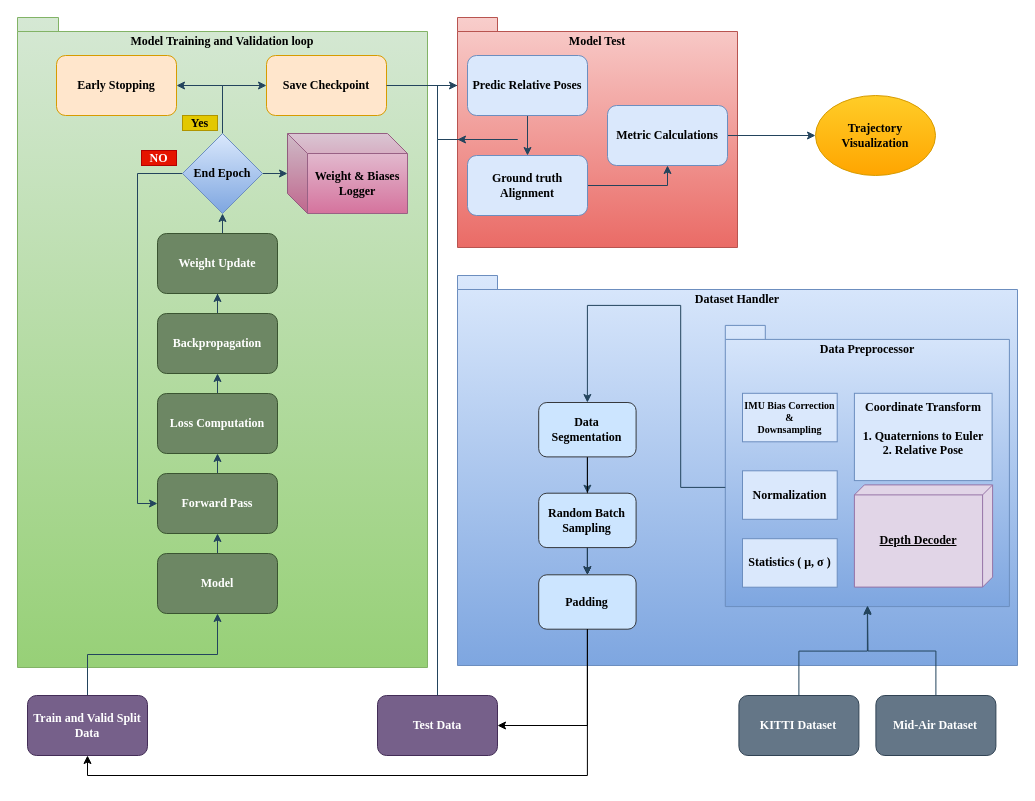
Before: Training Pipeline Overview.drawio in Kavi91/PROJECT-IGI3, a draw.io diagram. Source tidied: cells renumbered, new cells numbered last; positions are measured from the earlier drawing's top-left corner, leaving out a move shared by most shapes. Both pictures are drawn from the tidied source at 100%, with x=0, y=0 at pixel (17, 17).
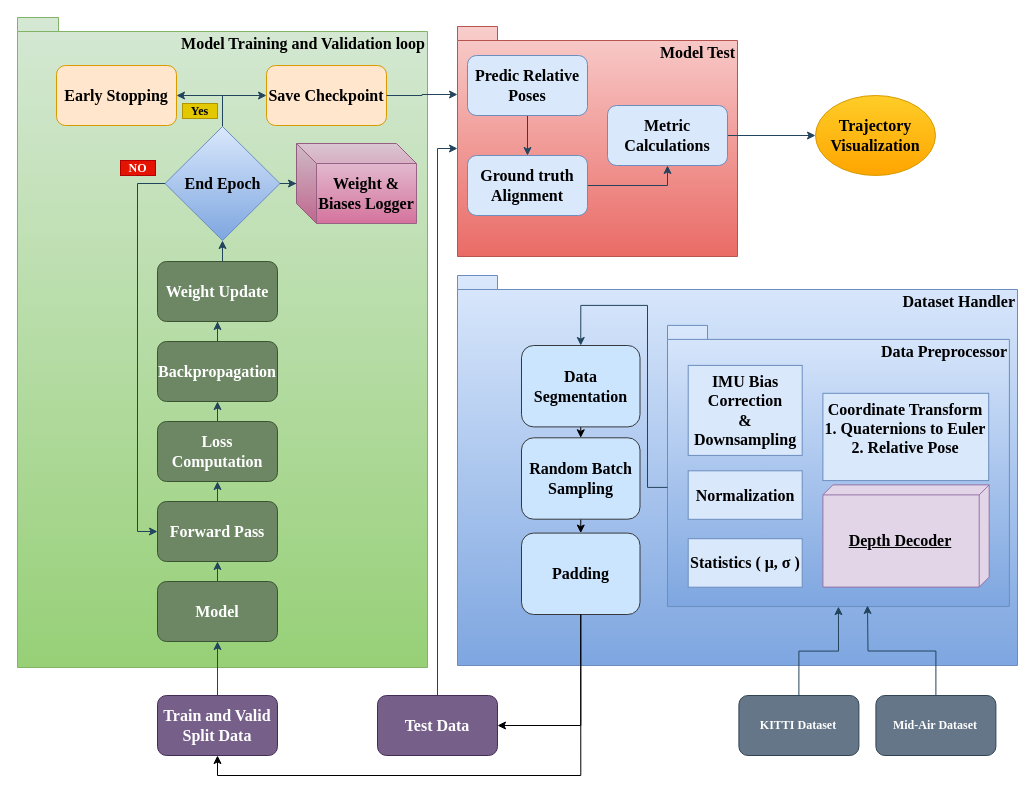
Above is the later version.

The change refers to these unchanged cells:
```xml
<mxCell id="2" style="group;fontSize=12;fontFamily=Times New Roman;fontStyle=1;" parent="1" vertex="1">
  <mxGeometry x="440" y="258" width="560" height="390" as="geometry" />
</mxCell>
```

What changed in the source:
```diff
@@
-    <mxCell id="3" value="Dataset Handler" style="shape=folder;fontStyle=1;spacingTop=10;tabWidth=40;tabHeight=14;tabPosition=left;html=1;whiteSpace=wrap;strokeColor=#6c8ebf;fillColor=#dae8fc;verticalAlign=top;gradientColor=#7ea6e0;fontSize=12;fontFamily=Times New Roman;" parent="2" vertex="1">
+    <mxCell id="3" value="Dataset Handler" style="shape=folder;fontStyle=1;spacingTop=10;tabWidth=40;tabHeight=14;tabPosition=left;html=1;whiteSpace=wrap;strokeColor=#6c8ebf;fillColor=#dae8fc;verticalAlign=top;gradientColor=#7ea6e0;fontSize=16;fontFamily=Times New Roman;align=right;" parent="2" vertex="1">
       <mxGeometry width="560" height="390" as="geometry" />
     </mxCell>
     <mxCell id="4" style="group;fontSize=12;fontFamily=Times New Roman;fontStyle=1;" parent="2" vertex="1">
-      <mxGeometry x="267.8" y="49.9" width="284.1" height="281.2" as="geometry" />
+      <mxGeometry x="210" y="49.9" width="341.9" height="281.2" as="geometry" />
     </mxCell>
-    <mxCell id="5" value="Data Preprocessor" style="shape=folder;fontStyle=1;spacingTop=10;tabWidth=40;tabHeight=14;tabPosition=left;html=1;whiteSpace=wrap;strokeColor=#6c8ebf;fillColor=#dae8fc;labelPosition=center;verticalLabelPosition=middle;align=center;verticalAlign=top;gradientColor=#7ea6e0;fontSize=12;fontFamily=Times New Roman;" parent="4" vertex="1">
-      <mxGeometry width="284.1" height="281.2" as="geometry" />
+    <mxCell id="5" value="&lt;font style=&quot;font-size: 16px;&quot;&gt;Data Preprocessor&lt;/font&gt;" style="shape=folder;fontStyle=1;spacingTop=10;tabWidth=40;tabHeight=14;tabPosition=left;html=1;whiteSpace=wrap;strokeColor=#6c8ebf;fillColor=#dae8fc;labelPosition=center;verticalLabelPosition=middle;align=right;verticalAlign=top;gradientColor=#7ea6e0;fontSize=12;fontFamily=Times New Roman;" parent="4" vertex="1">
+      <mxGeometry width="341.9" height="281.2" as="geometry" />
     </mxCell>
-    <mxCell id="6" value="IMU Bias Correction&lt;div&gt;&amp;amp;&lt;/div&gt;&lt;div&gt;Downsampling&lt;/div&gt;" style="html=1;whiteSpace=wrap;strokeColor=#6c8ebf;fillColor=#dae8fc;fontSize=10;fontFamily=Times New Roman;fontStyle=1;" parent="4" vertex="1">
-      <mxGeometry x="17.2" y="67.9" width="94.7" height="48.5" as="geometry" />
+    <mxCell id="6" value="IMU Bias Correction&lt;div&gt;&amp;amp;&lt;/div&gt;&lt;div&gt;Downsampling&lt;/div&gt;" style="html=1;whiteSpace=wrap;strokeColor=#6c8ebf;fillColor=#dae8fc;fontSize=16;fontFamily=Times New Roman;fontStyle=1;" parent="4" vertex="1">
+      <mxGeometry x="20.7" y="40" width="114" height="90" as="geometry" />
     </mxCell>
-    <mxCell id="7" value="Normalization" style="html=1;whiteSpace=wrap;strokeColor=#6c8ebf;fillColor=#dae8fc;fontSize=12;fontFamily=Times New Roman;fontStyle=1;" parent="4" vertex="1">
-      <mxGeometry x="17.2" y="145.4" width="94.7" height="48.5" as="geometry" />
+    <mxCell id="7" value="Normalization" style="html=1;whiteSpace=wrap;strokeColor=#6c8ebf;fillColor=#dae8fc;fontSize=16;fontFamily=Times New Roman;fontStyle=1;" parent="4" vertex="1">
+      <mxGeometry x="20.7" y="145.4" width="114" height="48.5" as="geometry" />
     </mxCell>
-    <mxCell id="8" value="Statistics ( μ, σ )" style="html=1;whiteSpace=wrap;strokeColor=#6c8ebf;fillColor=#dae8fc;fontSize=12;fontFamily=Times New Roman;fontStyle=1;" parent="4" vertex="1">
-      <mxGeometry x="17.2" y="213.3" width="94.7" height="48.5" as="geometry" />
+    <mxCell id="8" value="Statistics ( μ, σ )" style="html=1;whiteSpace=wrap;strokeColor=#6c8ebf;fillColor=#dae8fc;fontSize=16;fontFamily=Times New Roman;fontStyle=1;" parent="4" vertex="1">
+      <mxGeometry x="20.7" y="213.3" width="114" height="48.5" as="geometry" />
     </mxCell>
-    <mxCell id="9" value="Coordinate Transform&lt;div&gt;&lt;br&gt;&lt;/div&gt;&lt;div&gt;1. Quaternions to Euler&lt;/div&gt;&lt;div&gt;2. Relative Pose&lt;/div&gt;" style="html=1;whiteSpace=wrap;strokeColor=#6c8ebf;fillColor=#dae8fc;verticalAlign=top;align=center;fontSize=12;fontFamily=Times New Roman;fontStyle=1;" parent="4" vertex="1">
-      <mxGeometry x="129.1" y="67.9" width="137.7" height="87.3" as="geometry" />
+    <mxCell id="9" value="Coordinate Transform&lt;div&gt;1. Quaternions to Euler&lt;/div&gt;&lt;div&gt;2. Relative Pose&lt;/div&gt;" style="html=1;whiteSpace=wrap;strokeColor=#6c8ebf;fillColor=#dae8fc;verticalAlign=top;align=center;fontSize=16;fontFamily=Times New Roman;fontStyle=1;" parent="4" vertex="1">
+      <mxGeometry x="155.4" y="67.9" width="165.8" height="87.3" as="geometry" />
     </mxCell>
-    <mxCell id="10" value="Depth Decoder" style="verticalAlign=middle;align=center;spacingTop=8;spacingLeft=2;spacingRight=12;shape=cube;size=10;direction=south;fontStyle=5;html=1;whiteSpace=wrap;strokeColor=#9673a6;fillColor=#e1d5e7;fontSize=12;fontFamily=Times New Roman;" parent="4" vertex="1">
-      <mxGeometry x="129.1" y="159.5" width="138.2" height="102.2" as="geometry" />
+    <mxCell id="10" value="Depth Decoder" style="verticalAlign=middle;align=center;spacingTop=8;spacingLeft=2;spacingRight=12;shape=cube;size=10;direction=south;fontStyle=5;html=1;whiteSpace=wrap;strokeColor=#9673a6;fillColor=#e1d5e7;fontSize=16;fontFamily=Times New Roman;" parent="4" vertex="1">
+      <mxGeometry x="155.4" y="159.5" width="166.3" height="102.2" as="geometry" />
     </mxCell>
-    <mxCell id="11" style="edgeStyle=orthogonalEdgeStyle;rounded=0;jettySize=auto;html=1;exitX=0.5;exitY=1;exitDx=0;exitDy=0;strokeColor=#23445D;fontSize=12;fontFamily=Times New Roman;fontStyle=1;" parent="2" edge="1" source="13" target="15">
+    <mxCell id="11" style="edgeStyle=orthogonalEdgeStyle;rounded=0;jettySize=auto;html=1;exitX=0.5;exitY=1;exitDx=0;exitDy=0;entryX=0.5;entryY=0;entryDx=0;entryDy=0;" parent="2" edge="1" source="13" target="15">
       <mxGeometry relative="1" as="geometry" />
     </mxCell>
-    <mxCell id="12" style="edgeStyle=orthogonalEdgeStyle;rounded=0;jettySize=auto;html=1;fontSize=12;fontFamily=Times New Roman;fontStyle=1;" parent="2" edge="1" source="13" target="17">
-      <mxGeometry relative="1" as="geometry" />
-    </mxCell>
-    <mxCell id="13" value="Data Segmentation" style="rounded=1;whiteSpace=wrap;html=1;strokeColor=#36393d;fillColor=#cce5ff;fontSize=12;fontFamily=Times New Roman;fontStyle=1;" parent="2" vertex="1">
-      <mxGeometry x="81.2" y="127" width="97.4" height="54.4" as="geometry" />
+    <mxCell id="13" value="Data Segmentation" style="rounded=1;whiteSpace=wrap;html=1;strokeColor=#36393d;fillColor=#cce5ff;fontSize=16;fontFamily=Times New Roman;fontStyle=1;" parent="2" vertex="1">
+      <mxGeometry x="64" y="70" width="118.5" height="81.4" as="geometry" />
     </mxCell>
+    <mxCell id="16" style="edgeStyle=orthogonalEdgeStyle;rounded=0;jettySize=auto;html=1;exitX=0;exitY=0;exitDx=0;exitDy=162;exitPerimeter=0;entryX=0.5;entryY=0;entryDx=0;entryDy=0;strokeColor=#23445D;fontSize=12;fontFamily=Times New Roman;fontStyle=1;" parent="2" edge="1" source="5" target="13">
+      <mxGeometry relative="1" as="geometry" />
+    </mxCell>
-    <mxCell id="14" style="edgeStyle=orthogonalEdgeStyle;rounded=0;jettySize=auto;html=1;exitX=0.5;exitY=1;exitDx=0;exitDy=0;entryX=0.5;entryY=0;entryDx=0;entryDy=0;strokeColor=#23445D;fontSize=12;fontFamily=Times New Roman;fontStyle=1;" parent="2" edge="1" source="15" target="17">
+    <mxCell id="14" style="edgeStyle=orthogonalEdgeStyle;rounded=0;jettySize=auto;html=1;exitX=0.5;exitY=1;exitDx=0;exitDy=0;entryX=0.5;entryY=0;entryDx=0;entryDy=0;" parent="2" edge="1" source="15" target="17">
       <mxGeometry relative="1" as="geometry" />
     </mxCell>
-    <mxCell id="15" value="Random Batch Sampling" style="rounded=1;whiteSpace=wrap;html=1;strokeColor=#36393d;fillColor=#cce5ff;fontSize=12;fontFamily=Times New Roman;fontStyle=1;" parent="2" vertex="1">
-      <mxGeometry x="81.2" y="217.7" width="97.4" height="54.4" as="geometry" />
+    <mxCell id="15" value="Random Batch Sampling" style="rounded=1;whiteSpace=wrap;html=1;strokeColor=#36393d;fillColor=#cce5ff;fontSize=16;fontFamily=Times New Roman;fontStyle=1;" parent="2" vertex="1">
+      <mxGeometry x="64" y="162.3" width="118.5" height="81.4" as="geometry" />
     </mxCell>
-    <mxCell id="16" style="edgeStyle=orthogonalEdgeStyle;rounded=0;jettySize=auto;html=1;exitX=0;exitY=0;exitDx=0;exitDy=162;exitPerimeter=0;entryX=0.5;entryY=0;entryDx=0;entryDy=0;strokeColor=#23445D;fontSize=12;fontFamily=Times New Roman;fontStyle=1;" parent="2" edge="1" source="5" target="13">
-      <mxGeometry relative="1" as="geometry" />
-    </mxCell>
-    <mxCell id="17" value="Padding" style="rounded=1;whiteSpace=wrap;html=1;strokeColor=#36393d;fillColor=#cce5ff;fontSize=12;fontFamily=Times New Roman;fontStyle=1;" parent="2" vertex="1">
-      <mxGeometry x="81.2" y="299.3" width="97.4" height="54.4" as="geometry" />
+    <mxCell id="17" value="Padding" style="rounded=1;whiteSpace=wrap;html=1;strokeColor=#36393d;fillColor=#cce5ff;fontSize=16;fontFamily=Times New Roman;fontStyle=1;" parent="2" vertex="1">
+      <mxGeometry x="64" y="257.6" width="118.5" height="81.4" as="geometry" />
     </mxCell>
-    <mxCell id="18" value="Model Training and Validation loop" style="shape=folder;fontStyle=1;spacingTop=10;tabWidth=40;tabHeight=14;tabPosition=left;html=1;whiteSpace=wrap;strokeColor=#82b366;fillColor=#d5e8d4;verticalAlign=top;gradientColor=#97d077;fontSize=12;fontFamily=Times New Roman;" parent="1" vertex="1">
+    <mxCell id="18" value="Model Training and Validation loop" style="shape=folder;fontStyle=1;spacingTop=10;tabWidth=40;tabHeight=14;tabPosition=left;html=1;whiteSpace=wrap;strokeColor=#82b366;fillColor=#d5e8d4;verticalAlign=top;gradientColor=#97d077;fontSize=16;fontFamily=Times New Roman;align=right;" parent="1" vertex="1">
       <mxGeometry width="410" height="650" as="geometry" />
     </mxCell>
@@
-    <mxCell id="20" value="Model" style="rounded=1;whiteSpace=wrap;html=1;strokeColor=#3A5431;fillColor=#6d8764;fontColor=#ffffff;fontSize=12;fontFamily=Times New Roman;fontStyle=1;" parent="1" vertex="1">
-      <mxGeometry x="140" y="536" width="120" height="60" as="geometry" />
+    <mxCell id="20" value="Model" style="rounded=1;whiteSpace=wrap;html=1;strokeColor=#3A5431;fillColor=#6d8764;fontColor=#ffffff;fontSize=16;fontFamily=Times New Roman;fontStyle=1;" parent="1" vertex="1">
+      <mxGeometry x="140" y="564" width="120" height="60" as="geometry" />
     </mxCell>
@@
-    <mxCell id="22" value="Forward Pass" style="rounded=1;whiteSpace=wrap;html=1;strokeColor=#3A5431;fillColor=#6d8764;fontColor=#ffffff;fontSize=12;fontFamily=Times New Roman;fontStyle=1;" parent="1" vertex="1">
-      <mxGeometry x="140" y="456" width="120" height="60" as="geometry" />
+    <mxCell id="22" value="Forward Pass" style="rounded=1;whiteSpace=wrap;html=1;strokeColor=#3A5431;fillColor=#6d8764;fontColor=#ffffff;fontSize=16;fontFamily=Times New Roman;fontStyle=1;" parent="1" vertex="1">
+      <mxGeometry x="140" y="484" width="120" height="60" as="geometry" />
     </mxCell>
@@
-    <mxCell id="24" value="Loss Computation" style="rounded=1;whiteSpace=wrap;html=1;strokeColor=#3A5431;fillColor=#6d8764;fontColor=#ffffff;fontSize=12;fontFamily=Times New Roman;fontStyle=1;" parent="1" vertex="1">
-      <mxGeometry x="140" y="376" width="120" height="60" as="geometry" />
+    <mxCell id="24" value="Loss Computation" style="rounded=1;whiteSpace=wrap;html=1;strokeColor=#3A5431;fillColor=#6d8764;fontColor=#ffffff;fontSize=16;fontFamily=Times New Roman;fontStyle=1;" parent="1" vertex="1">
+      <mxGeometry x="140" y="404" width="120" height="60" as="geometry" />
     </mxCell>
@@
-    <mxCell id="26" value="Backpropagation" style="rounded=1;whiteSpace=wrap;html=1;strokeColor=#3A5431;fillColor=#6d8764;fontColor=#ffffff;fontSize=12;fontFamily=Times New Roman;fontStyle=1;" parent="1" vertex="1">
-      <mxGeometry x="140" y="296" width="120" height="60" as="geometry" />
+    <mxCell id="26" value="Backpropagation" style="rounded=1;whiteSpace=wrap;html=1;strokeColor=#3A5431;fillColor=#6d8764;fontColor=#ffffff;fontSize=16;fontFamily=Times New Roman;fontStyle=1;" parent="1" vertex="1">
+      <mxGeometry x="140" y="324" width="120" height="60" as="geometry" />
     </mxCell>
@@
-    <mxCell id="28" value="Weight Update" style="rounded=1;whiteSpace=wrap;html=1;strokeColor=#3A5431;fillColor=#6d8764;fontColor=#ffffff;fontSize=12;fontFamily=Times New Roman;fontStyle=1;" parent="1" vertex="1">
-      <mxGeometry x="140" y="216" width="120" height="60" as="geometry" />
+    <mxCell id="28" value="Weight Update" style="rounded=1;whiteSpace=wrap;html=1;strokeColor=#3A5431;fillColor=#6d8764;fontColor=#ffffff;fontSize=16;fontFamily=Times New Roman;fontStyle=1;" parent="1" vertex="1">
+      <mxGeometry x="140" y="244" width="120" height="60" as="geometry" />
     </mxCell>
     <mxCell id="29" style="edgeStyle=orthogonalEdgeStyle;rounded=0;jettySize=auto;html=1;exitX=0;exitY=0.5;exitDx=0;exitDy=0;entryX=0;entryY=0.5;entryDx=0;entryDy=0;strokeColor=#23445D;fontSize=12;fontFamily=Times New Roman;fontStyle=1;" parent="1" edge="1" source="33" target="22">
-      <mxGeometry relative="1" as="geometry" />
+      <mxGeometry relative="1" as="geometry">
+        <Array as="points">
+          <mxPoint x="120" y="166" />
+          <mxPoint x="120" y="514" />
+        </Array>
+      </mxGeometry>
     </mxCell>
@@
-    <mxCell id="33" value="End Epoch" style="rhombus;whiteSpace=wrap;html=1;strokeColor=#6c8ebf;fillColor=#dae8fc;gradientColor=#7ea6e0;fontSize=12;fontFamily=Times New Roman;fontStyle=1;" parent="1" vertex="1">
-      <mxGeometry x="165" y="116" width="80" height="80" as="geometry" />
+    <mxCell id="33" value="End Epoch" style="rhombus;whiteSpace=wrap;html=1;strokeColor=#6c8ebf;fillColor=#dae8fc;gradientColor=#7ea6e0;fontSize=16;fontFamily=Times New Roman;fontStyle=1;" parent="1" vertex="1">
+      <mxGeometry x="147.5" y="109" width="115" height="114" as="geometry" />
     </mxCell>
     <mxCell id="34" value="&lt;font&gt;NO&lt;/font&gt;" style="text;html=1;align=center;verticalAlign=middle;whiteSpace=wrap;rounded=0;fontColor=#ffffff;fillColor=#e51400;strokeColor=#B20000;fontSize=12;fontFamily=Times New Roman;fontStyle=1;" parent="1" vertex="1">
-      <mxGeometry x="124" y="133" width="35" height="15" as="geometry" />
+      <mxGeometry x="103" y="143" width="35" height="15" as="geometry" />
     </mxCell>
-    <mxCell id="35" value="Early Stopping" style="rounded=1;whiteSpace=wrap;html=1;strokeColor=#d79b00;fillColor=#ffe6cc;fontSize=12;fontFamily=Times New Roman;fontStyle=1;" parent="1" vertex="1">
-      <mxGeometry x="39" y="38" width="120" height="60" as="geometry" />
+    <mxCell id="35" value="Early Stopping" style="rounded=1;whiteSpace=wrap;html=1;strokeColor=#d79b00;fillColor=#ffe6cc;fontSize=16;fontFamily=Times New Roman;fontStyle=1;" parent="1" vertex="1">
+      <mxGeometry x="39" y="48" width="120" height="60" as="geometry" />
     </mxCell>
-    <mxCell id="36" value="Save Checkpoint" style="rounded=1;whiteSpace=wrap;html=1;strokeColor=#d79b00;fillColor=#ffe6cc;fontSize=12;fontFamily=Times New Roman;fontStyle=1;" parent="1" vertex="1">
-      <mxGeometry x="249" y="38" width="120" height="60" as="geometry" />
+    <mxCell id="36" value="Save Checkpoint" style="rounded=1;whiteSpace=wrap;html=1;strokeColor=#d79b00;fillColor=#ffe6cc;fontSize=16;fontFamily=Times New Roman;fontStyle=1;" parent="1" vertex="1">
+      <mxGeometry x="249" y="48" width="120" height="60" as="geometry" />
     </mxCell>
@@
-    <mxCell id="41" style="edgeStyle=orthogonalEdgeStyle;rounded=0;jettySize=auto;html=1;exitX=0;exitY=0;exitDx=0;exitDy=122;exitPerimeter=0;entryX=0;entryY=0.5;entryDx=0;entryDy=0;strokeColor=#23445D;fontSize=12;fontFamily=Times New Roman;fontStyle=1;" parent="1" edge="1" source="42" target="50">
-      <mxGeometry relative="1" as="geometry" />
-    </mxCell>
-    <mxCell id="42" value="Model Test" style="shape=folder;fontStyle=1;spacingTop=10;tabWidth=40;tabHeight=14;tabPosition=left;html=1;whiteSpace=wrap;strokeColor=#b85450;fillColor=#f8cecc;gradientColor=#ea6b66;verticalAlign=top;fontSize=12;fontFamily=Times New Roman;" parent="1" vertex="1">
-      <mxGeometry x="440" width="280" height="230" as="geometry" />
+    <mxCell id="42" value="Model Test" style="shape=folder;fontStyle=1;spacingTop=10;tabWidth=40;tabHeight=14;tabPosition=left;html=1;whiteSpace=wrap;strokeColor=#b85450;fillColor=#f8cecc;gradientColor=#ea6b66;verticalAlign=top;fontSize=16;fontFamily=Times New Roman;align=right;" parent="1" vertex="1">
+      <mxGeometry x="440" y="9" width="280" height="230" as="geometry" />
     </mxCell>
-    <mxCell id="43" value="Weight &amp;amp; Biases Logger" style="shape=cube;whiteSpace=wrap;html=1;boundedLbl=1;backgroundOutline=1;darkOpacity=0.05;darkOpacity2=0.1;strokeColor=#996185;fillColor=#e6d0de;gradientColor=#d5739d;fontSize=12;fontFamily=Times New Roman;fontStyle=1;" parent="1" vertex="1">
-      <mxGeometry x="270" y="116" width="120" height="80" as="geometry" />
+    <mxCell id="43" value="Weight &amp;amp; Biases Logger" style="shape=cube;whiteSpace=wrap;html=1;boundedLbl=1;backgroundOutline=1;darkOpacity=0.05;darkOpacity2=0.1;strokeColor=#996185;fillColor=#e6d0de;gradientColor=#d5739d;fontSize=16;fontFamily=Times New Roman;fontStyle=1;" parent="1" vertex="1">
+      <mxGeometry x="279" y="126" width="120" height="80" as="geometry" />
     </mxCell>
     <mxCell id="44" value="&lt;font&gt;Yes&lt;/font&gt;" style="text;html=1;align=center;verticalAlign=middle;whiteSpace=wrap;rounded=0;fontColor=light-dark(#000000,#000000);fillColor=light-dark(#E3C800,#FFFF33);strokeColor=#B09500;fontSize=12;fontFamily=Times New Roman;fontStyle=1;" parent="1" vertex="1">
-      <mxGeometry x="165" y="98" width="35" height="15" as="geometry" />
+      <mxGeometry x="165" y="86" width="35" height="15" as="geometry" />
     </mxCell>
@@
-    <mxCell id="46" value="Train and Valid Split Data" style="rounded=1;whiteSpace=wrap;html=1;strokeColor=#432D57;fontColor=#ffffff;fillColor=#76608a;fontSize=12;fontFamily=Times New Roman;fontStyle=1;" parent="1" vertex="1">
-      <mxGeometry x="10" y="678" width="120" height="60" as="geometry" />
+    <mxCell id="46" value="Train and Valid Split Data" style="rounded=1;whiteSpace=wrap;html=1;strokeColor=#432D57;fontColor=#ffffff;fillColor=#76608a;fontSize=16;fontFamily=Times New Roman;fontStyle=1;" parent="1" vertex="1">
+      <mxGeometry x="140" y="678" width="120" height="60" as="geometry" />
     </mxCell>
-    <mxCell id="47" value="Test Data" style="rounded=1;whiteSpace=wrap;html=1;strokeColor=#432D57;fontColor=#ffffff;fillColor=#76608a;fontSize=12;fontFamily=Times New Roman;fontStyle=1;" parent="1" vertex="1">
+    <mxCell id="47" value="Test Data" style="rounded=1;whiteSpace=wrap;html=1;strokeColor=#432D57;fontColor=#ffffff;fillColor=#76608a;fontSize=16;fontFamily=Times New Roman;fontStyle=1;" parent="1" vertex="1">
       <mxGeometry x="360" y="678" width="120" height="60" as="geometry" />
     </mxCell>
@@
-    <mxCell id="50" value="Predic Relative Poses" style="rounded=1;whiteSpace=wrap;html=1;strokeColor=#6c8ebf;fillColor=#dae8fc;fontSize=12;fontFamily=Times New Roman;fontStyle=1;" parent="1" vertex="1">
+    <mxCell id="50" value="Predic Relative Poses" style="rounded=1;whiteSpace=wrap;html=1;strokeColor=#6c8ebf;fillColor=#dae8fc;fontSize=16;fontFamily=Times New Roman;fontStyle=1;" parent="1" vertex="1">
       <mxGeometry x="450" y="38" width="120" height="60" as="geometry" />
     </mxCell>
@@
-    <mxCell id="52" value="Ground truth Alignment" style="rounded=1;whiteSpace=wrap;html=1;strokeColor=#6c8ebf;fillColor=#dae8fc;fontSize=12;fontFamily=Times New Roman;fontStyle=1;" parent="1" vertex="1">
+    <mxCell id="52" value="Ground truth Alignment" style="rounded=1;whiteSpace=wrap;html=1;strokeColor=#6c8ebf;fillColor=#dae8fc;fontSize=16;fontFamily=Times New Roman;fontStyle=1;" parent="1" vertex="1">
       <mxGeometry x="450" y="138" width="120" height="60" as="geometry" />
     </mxCell>
@@
-    <mxCell id="54" value="Metric Calculations" style="rounded=1;whiteSpace=wrap;html=1;strokeColor=#6c8ebf;fillColor=#dae8fc;fontSize=12;fontFamily=Times New Roman;fontStyle=1;" parent="1" vertex="1">
+    <mxCell id="54" value="Metric Calculations" style="rounded=1;whiteSpace=wrap;html=1;strokeColor=#6c8ebf;fillColor=#dae8fc;fontSize=16;fontFamily=Times New Roman;fontStyle=1;" parent="1" vertex="1">
       <mxGeometry x="590" y="88" width="120" height="60" as="geometry" />
     </mxCell>
-    <mxCell id="55" value="Trajectory Visualization" style="ellipse;whiteSpace=wrap;html=1;strokeColor=#d79b00;fillColor=#ffcd28;gradientColor=#ffa500;fontSize=12;fontFamily=Times New Roman;fontStyle=1;" parent="1" vertex="1">
+    <mxCell id="55" value="Trajectory Visualization" style="ellipse;whiteSpace=wrap;html=1;strokeColor=#d79b00;fillColor=#ffcd28;gradientColor=#ffa500;fontSize=16;fontFamily=Times New Roman;fontStyle=1;" parent="1" vertex="1">
       <mxGeometry x="798" y="78" width="120" height="80" as="geometry" />
     </mxCell>
```
